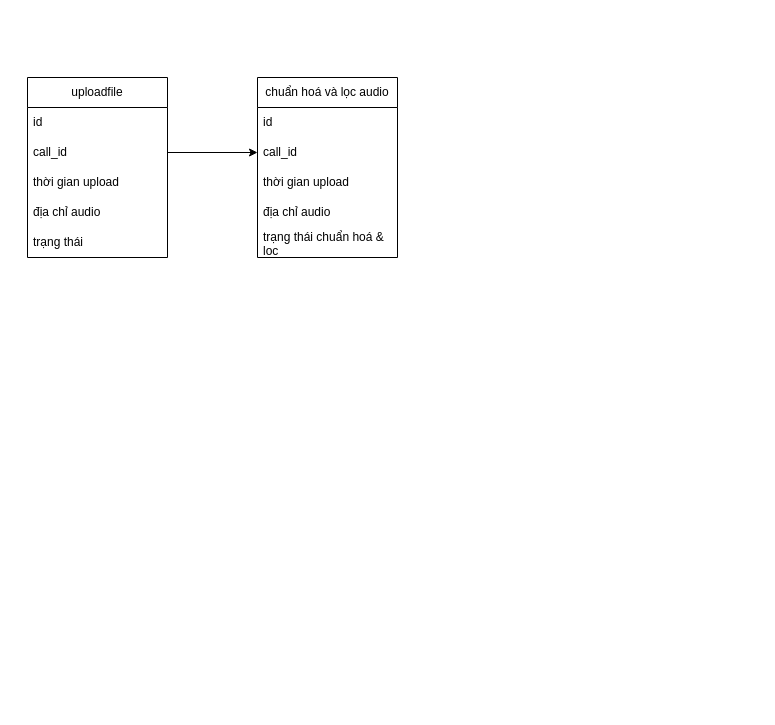
Earlier version of the draw.io diagram csdlthuctap.drawio (vuongnd03/black-had). Source tidied: cells renumbered, new cells numbered last; positions are measured from the earlier drawing's top-left corner, leaving out a move shared by most shapes. Both pictures are drawn from the tidied source at 100%, with x=0, y=0 at pixel (27, 77).
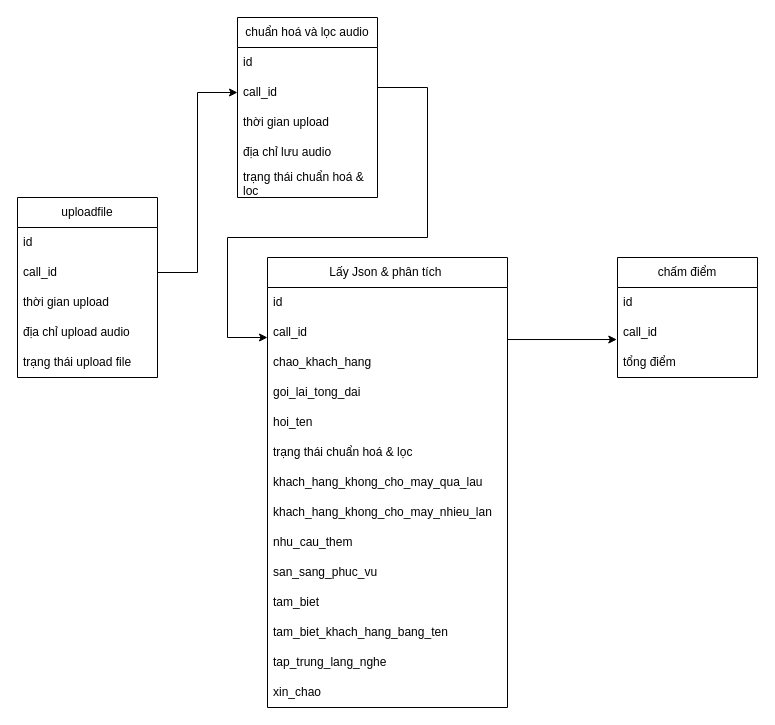
Above is the later version.

Commit message:
Cập nhật csdlthuctap.drawio

What changed in the source:
```diff
@@
     <mxCell id="2" value="uploadfile" style="swimlane;fontStyle=0;horizontal=1;startSize=30;whiteSpace=wrap;html=1;" parent="1" vertex="1">
-      <mxGeometry width="140" height="180" as="geometry" />
+      <mxGeometry x="-10" y="120" width="140" height="180" as="geometry" />
     </mxCell>
@@
-    <mxCell id="6" value="địa chỉ audio" style="text;strokeColor=none;fillColor=none;align=left;verticalAlign=middle;spacingLeft=4;spacingRight=4;overflow=hidden;whiteSpace=wrap;html=1;" parent="2" vertex="1">
+    <mxCell id="6" value="địa chỉ upload audio" style="text;strokeColor=none;fillColor=none;align=left;verticalAlign=middle;spacingLeft=4;spacingRight=4;overflow=hidden;whiteSpace=wrap;html=1;" parent="2" vertex="1">
       <mxGeometry y="120" width="140" height="30" as="geometry" />
     </mxCell>
-    <mxCell id="7" value="trạng thái" style="text;strokeColor=none;fillColor=none;align=left;verticalAlign=middle;spacingLeft=4;spacingRight=4;overflow=hidden;whiteSpace=wrap;html=1;" parent="2" vertex="1">
+    <mxCell id="7" value="trạng thái upload file" style="text;strokeColor=none;fillColor=none;align=left;verticalAlign=middle;spacingLeft=4;spacingRight=4;overflow=hidden;whiteSpace=wrap;html=1;" parent="2" vertex="1">
       <mxGeometry y="150" width="140" height="30" as="geometry" />
     </mxCell>
     <mxCell id="8" value="chuẩn hoá và lọc audio" style="swimlane;fontStyle=0;horizontal=1;startSize=30;whiteSpace=wrap;html=1;" parent="1" vertex="1">
-      <mxGeometry x="230" width="140" height="180" as="geometry" />
+      <mxGeometry x="210" y="-60" width="140" height="180" as="geometry" />
     </mxCell>
@@
-    <mxCell id="12" value="địa chỉ audio" style="text;strokeColor=none;fillColor=none;align=left;verticalAlign=middle;spacingLeft=4;spacingRight=4;overflow=hidden;whiteSpace=wrap;html=1;" parent="8" vertex="1">
+    <mxCell id="12" value="địa chỉ lưu audio" style="text;strokeColor=none;fillColor=none;align=left;verticalAlign=middle;spacingLeft=4;spacingRight=4;overflow=hidden;whiteSpace=wrap;html=1;" parent="8" vertex="1">
       <mxGeometry y="120" width="140" height="30" as="geometry" />
     </mxCell>
@@
+    <mxCell id="15" value="Lấy Json &amp;amp; phân tích&amp;nbsp;" style="swimlane;fontStyle=0;horizontal=1;startSize=30;whiteSpace=wrap;html=1;" parent="1" vertex="1">
+      <mxGeometry x="240" y="180" width="240" height="450" as="geometry" />
+    </mxCell>
+    <mxCell id="16" value="id" style="text;strokeColor=none;fillColor=none;align=left;verticalAlign=middle;spacingLeft=4;spacingRight=4;overflow=hidden;whiteSpace=wrap;html=1;" parent="15" vertex="1">
+      <mxGeometry y="30" width="240" height="30" as="geometry" />
+    </mxCell>
+    <mxCell id="17" value="call_id" style="text;strokeColor=none;fillColor=none;align=left;verticalAlign=middle;spacingLeft=4;spacingRight=4;overflow=hidden;points=[[0,0.5],[1,0.5]];portConstraint=eastwest;whiteSpace=wrap;html=1;" parent="15" vertex="1">
+      <mxGeometry y="60" width="240" height="30" as="geometry" />
+    </mxCell>
+    <mxCell id="18" value="chao_khach_hang" style="text;strokeColor=none;fillColor=none;align=left;verticalAlign=middle;spacingLeft=4;spacingRight=4;overflow=hidden;whiteSpace=wrap;html=1;" parent="15" vertex="1">
+      <mxGeometry y="90" width="240" height="30" as="geometry" />
+    </mxCell>
+    <mxCell id="19" value="goi_lai_tong_dai" style="text;strokeColor=none;fillColor=none;align=left;verticalAlign=middle;spacingLeft=4;spacingRight=4;overflow=hidden;whiteSpace=wrap;html=1;" parent="15" vertex="1">
+      <mxGeometry y="120" width="240" height="30" as="geometry" />
+    </mxCell>
+    <mxCell id="20" value="hoi_ten" style="text;strokeColor=none;fillColor=none;align=left;verticalAlign=middle;spacingLeft=4;spacingRight=4;overflow=hidden;whiteSpace=wrap;html=1;" parent="15" vertex="1">
+      <mxGeometry y="150" width="240" height="30" as="geometry" />
+    </mxCell>
+    <mxCell id="21" value="trạng thái chuẩn hoá &amp;amp; lọc" style="text;strokeColor=none;fillColor=none;align=left;verticalAlign=middle;spacingLeft=4;spacingRight=4;overflow=hidden;whiteSpace=wrap;html=1;" parent="15" vertex="1">
+      <mxGeometry y="180" width="240" height="30" as="geometry" />
+    </mxCell>
+    <mxCell id="22" value="khach_hang_khong_cho_may_qua_lau" style="text;strokeColor=none;fillColor=none;align=left;verticalAlign=middle;spacingLeft=4;spacingRight=4;overflow=hidden;whiteSpace=wrap;html=1;" parent="15" vertex="1">
+      <mxGeometry y="210" width="240" height="30" as="geometry" />
+    </mxCell>
+    <mxCell id="23" value="khach_hang_khong_cho_may_nhieu_lan" style="text;strokeColor=none;fillColor=none;align=left;verticalAlign=middle;spacingLeft=4;spacingRight=4;overflow=hidden;whiteSpace=wrap;html=1;" parent="15" vertex="1">
+      <mxGeometry y="240" width="240" height="30" as="geometry" />
+    </mxCell>
+    <mxCell id="24" value="nhu_cau_them" style="text;strokeColor=none;fillColor=none;align=left;verticalAlign=middle;spacingLeft=4;spacingRight=4;overflow=hidden;whiteSpace=wrap;html=1;" parent="15" vertex="1">
+      <mxGeometry y="270" width="240" height="30" as="geometry" />
+    </mxCell>
+    <mxCell id="25" value="san_sang_phuc_vu" style="text;strokeColor=none;fillColor=none;align=left;verticalAlign=middle;spacingLeft=4;spacingRight=4;overflow=hidden;whiteSpace=wrap;html=1;" parent="15" vertex="1">
+      <mxGeometry y="300" width="240" height="30" as="geometry" />
+    </mxCell>
+    <mxCell id="26" value="tam_biet" style="text;strokeColor=none;fillColor=none;align=left;verticalAlign=middle;spacingLeft=4;spacingRight=4;overflow=hidden;whiteSpace=wrap;html=1;" parent="15" vertex="1">
+      <mxGeometry y="330" width="240" height="30" as="geometry" />
+    </mxCell>
+    <mxCell id="27" value="tam_biet_khach_hang_bang_ten" style="text;strokeColor=none;fillColor=none;align=left;verticalAlign=middle;spacingLeft=4;spacingRight=4;overflow=hidden;whiteSpace=wrap;html=1;" parent="15" vertex="1">
+      <mxGeometry y="360" width="240" height="30" as="geometry" />
+    </mxCell>
+    <mxCell id="28" value="tap_trung_lang_nghe" style="text;strokeColor=none;fillColor=none;align=left;verticalAlign=middle;spacingLeft=4;spacingRight=4;overflow=hidden;whiteSpace=wrap;html=1;" parent="15" vertex="1">
+      <mxGeometry y="390" width="240" height="30" as="geometry" />
+    </mxCell>
+    <mxCell id="29" value="xin_chao" style="text;strokeColor=none;fillColor=none;align=left;verticalAlign=middle;spacingLeft=4;spacingRight=4;overflow=hidden;whiteSpace=wrap;html=1;" parent="15" vertex="1">
+      <mxGeometry y="420" width="240" height="30" as="geometry" />
+    </mxCell>
+    <mxCell id="30" style="endArrow=classic;html=1;rounded=0;entryX=0;entryY=0.667;entryDx=0;entryDy=0;entryPerimeter=0;" parent="1" edge="1" target="17">
+      <mxGeometry relative="1" as="geometry">
+        <mxPoint x="350" y="10" as="sourcePoint" />
+        <Array as="points">
+          <mxPoint x="400" y="10" />
+          <mxPoint x="400" y="160" />
+          <mxPoint x="200" y="160" />
+          <mxPoint x="200" y="260" />
+        </Array>
+      </mxGeometry>
+    </mxCell>
+    <mxCell id="31" value="chấm điểm" style="swimlane;fontStyle=0;horizontal=1;startSize=30;whiteSpace=wrap;html=1;" parent="1" vertex="1">
+      <mxGeometry x="590" y="180" width="140" height="120" as="geometry" />
+    </mxCell>
+    <mxCell id="32" value="id" style="text;strokeColor=none;fillColor=none;align=left;verticalAlign=middle;spacingLeft=4;spacingRight=4;overflow=hidden;whiteSpace=wrap;html=1;" parent="31" vertex="1">
+      <mxGeometry y="30" width="140" height="30" as="geometry" />
+    </mxCell>
+    <mxCell id="33" value="call_id" style="text;strokeColor=none;fillColor=none;align=left;verticalAlign=middle;spacingLeft=4;spacingRight=4;overflow=hidden;points=[[0,0.5],[1,0.5]];portConstraint=eastwest;whiteSpace=wrap;html=1;" parent="31" vertex="1">
+      <mxGeometry y="60" width="140" height="30" as="geometry" />
+    </mxCell>
+    <mxCell id="34" value="tổng điểm" style="text;strokeColor=none;fillColor=none;align=left;verticalAlign=middle;spacingLeft=4;spacingRight=4;overflow=hidden;whiteSpace=wrap;html=1;" parent="31" vertex="1">
+      <mxGeometry y="90" width="140" height="30" as="geometry" />
+    </mxCell>
+    <mxCell id="35" style="endArrow=classic;html=1;rounded=0;exitX=1.002;exitY=0.734;exitDx=0;exitDy=0;exitPerimeter=0;entryX=-0.005;entryY=0.734;entryDx=0;entryDy=0;entryPerimeter=0;" parent="1" edge="1" source="17" target="33">
+      <mxGeometry relative="1" as="geometry" />
+    </mxCell>
```
